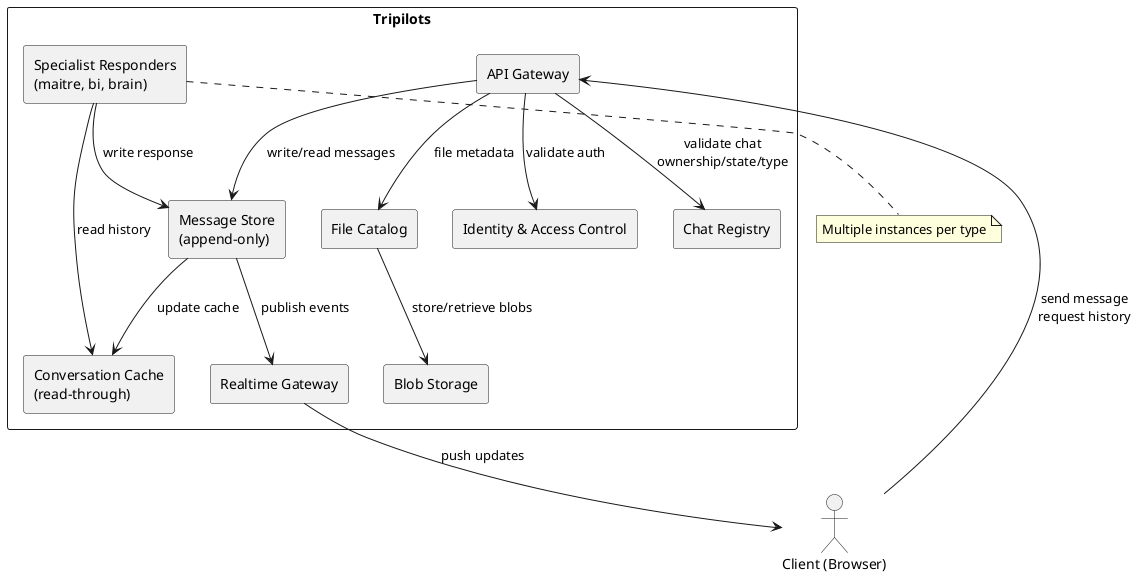
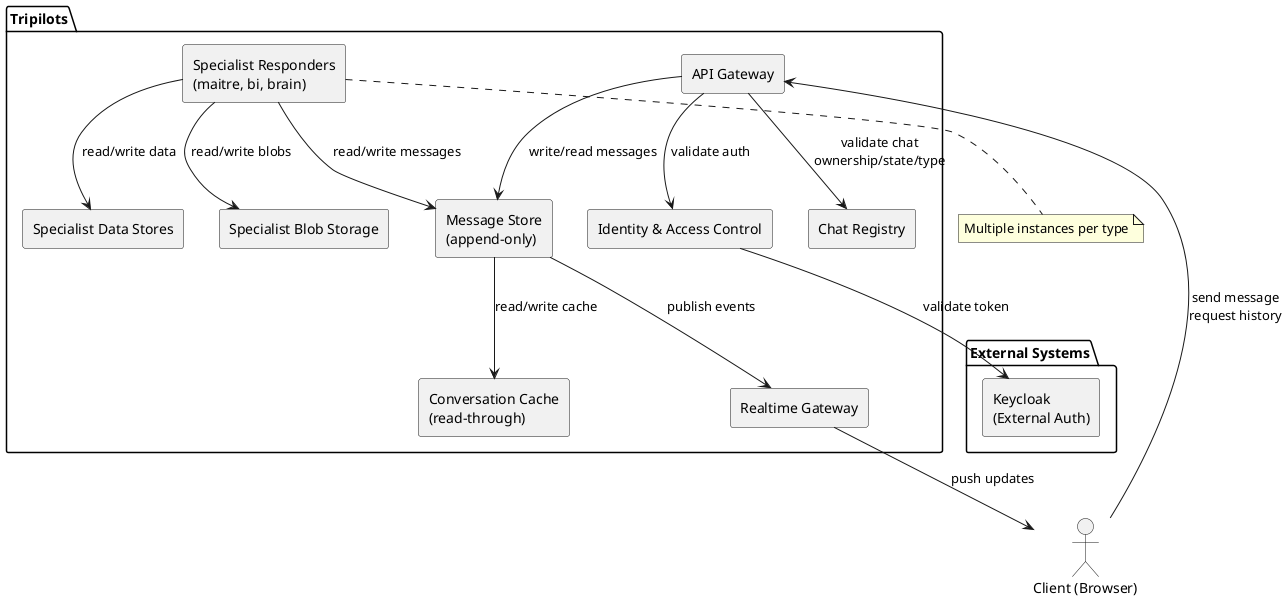
@startuml
skinparam componentStyle rectangle

actor "Client (Browser)" as Client

- rectangle "Tripilots" {
-   rectangle "API Gateway" as APIGW
-   rectangle "Identity & Access Control" as IAM
-   rectangle "Chat Registry" as ChatReg
-   rectangle "Message Store\n(append-only)" as MsgStore
-   rectangle "Conversation Cache\n(read-through)" as ConvCache
-   rectangle "Realtime Gateway" as RTGW
-   rectangle "Specialist Responders\n(maitre, bi, brain)" as Specialists
-   rectangle "File Catalog" as FileCat
-   rectangle "Blob Storage" as BlobStore
+ package "External Systems" {
+   component "Keycloak\n(External Auth)" as Keycloak
+ }
+ 
+ package "Tripilots" {
+   component "API Gateway" as APIGW
+   component "Identity & Access Control" as IAM
+   component "Chat Registry" as ChatReg
+   component "Message Store\n(append-only)" as MsgStore
+   component "Conversation Cache\n(read-through)" as ConvCache
+   component "Realtime Gateway" as RTGW
+   component "Specialist Responders\n(maitre, bi, brain)" as Specialists
+   component "Specialist Data Stores" as SpecDB
+   component "Specialist Blob Storage" as SpecBlob
}

Client --> APIGW : send message\nrequest history
APIGW --> IAM : validate auth
+ IAM --> Keycloak : validate token
APIGW --> ChatReg : validate chat\nownership/state/type
APIGW --> MsgStore : write/read messages
- MsgStore --> ConvCache : update cache
- Specialists --> ConvCache : read history
- Specialists --> MsgStore : write response
+ MsgStore --> ConvCache : read/write cache
+ Specialists --> MsgStore : read/write messages
+ Specialists --> SpecDB : read/write data
+ Specialists --> SpecBlob : read/write blobs
MsgStore --> RTGW : publish events
RTGW --> Client : push updates
- APIGW --> FileCat : file metadata
- FileCat --> BlobStore : store/retrieve blobs

note bottom of Specialists
Multiple instances per type
end note

@enduml
